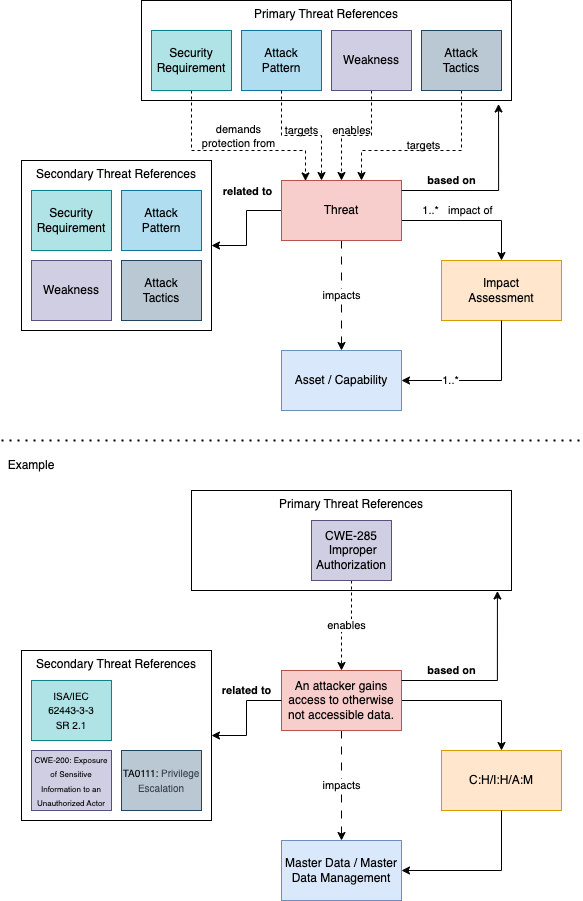
spdx/meetings keeps this draw.io diagram as threats/2025/2025-10-20-Threat-Modelling-Describing-a-Threat.png. Above is the earlier version. Source tidied: cells renumbered, new cells last; positions are measured from the earlier drawing's top-left corner, leaving out a move shared by most shapes.
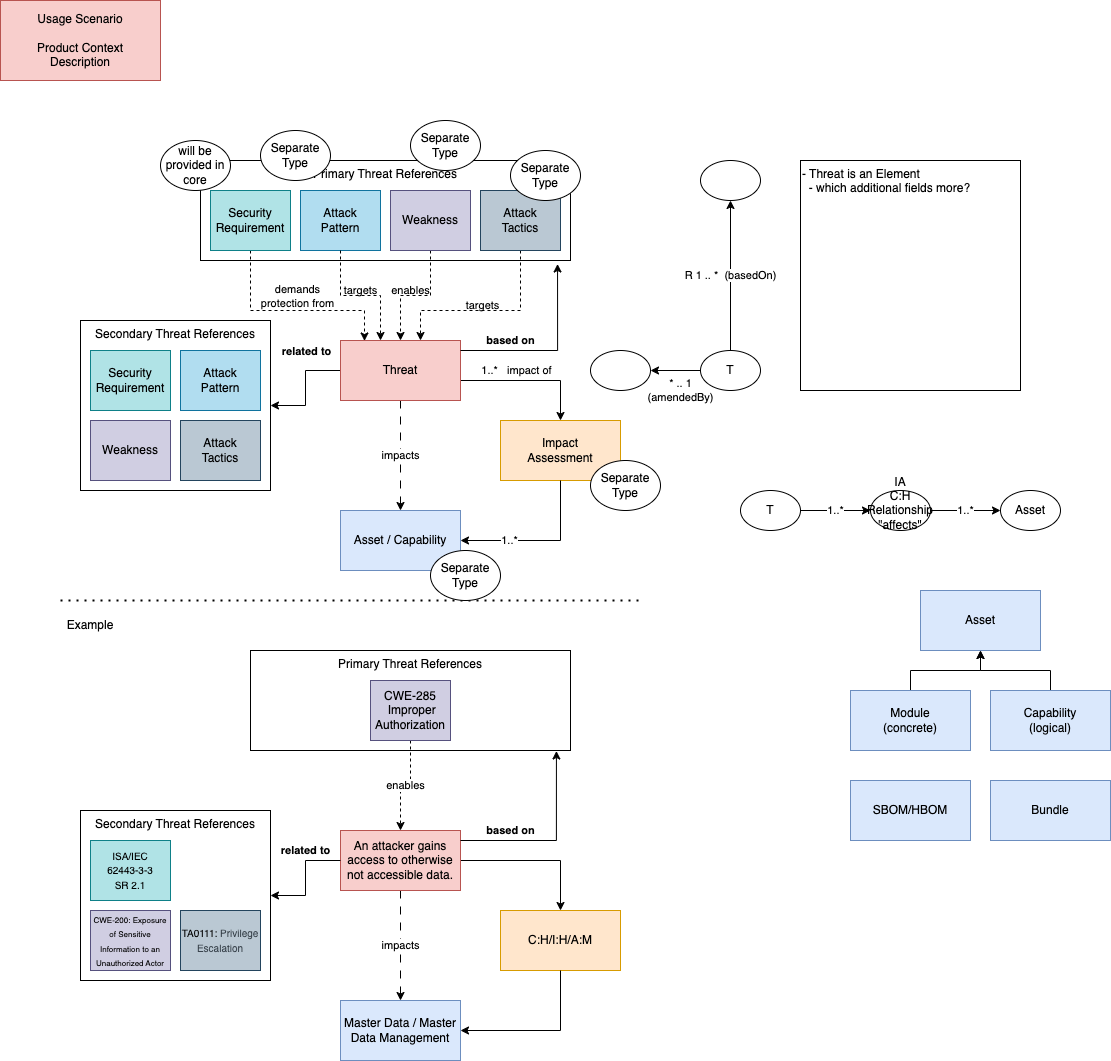
The same diagram one commit later.

What changed in the source:
```diff
@@ -159,5 +159,80 @@
     <mxCell id="41" value="Example" style="text;html=1;strokeColor=none;fillColor=none;align=center;verticalAlign=middle;whiteSpace=wrap;rounded=0;" parent="1" vertex="1">
       <mxGeometry y="450" width="60" height="30" as="geometry" />
     </mxCell>
+    <mxCell id="42" value="- Threat is an Element&lt;br&gt;&amp;nbsp; - which additional fields more?&lt;br&gt;&lt;br&gt;" style="rounded=0;whiteSpace=wrap;html=1;align=left;verticalAlign=top;" parent="1" vertex="1">
+      <mxGeometry x="740" width="220" height="230" as="geometry" />
+    </mxCell>
+    <mxCell id="43" style="ellipse;whiteSpace=wrap;html=1;" parent="1" vertex="1">
+      <mxGeometry x="640" width="60" height="40" as="geometry" />
+    </mxCell>
+    <mxCell id="44" value="will be provided in&lt;br&gt;core" style="ellipse;whiteSpace=wrap;html=1;" parent="1" vertex="1">
+      <mxGeometry x="100" y="-20" width="70" height="50" as="geometry" />
+    </mxCell>
+    <mxCell id="45" value="Separate&lt;br&gt;Type" style="ellipse;whiteSpace=wrap;html=1;" parent="1" vertex="1">
+      <mxGeometry x="200" y="-30" width="70" height="50" as="geometry" />
+    </mxCell>
+    <mxCell id="46" value="Separate&lt;br&gt;Type" style="ellipse;whiteSpace=wrap;html=1;" parent="1" vertex="1">
+      <mxGeometry x="350" y="-40" width="70" height="50" as="geometry" />
+    </mxCell>
+    <mxCell id="47" value="Separate&lt;br&gt;Type" style="ellipse;whiteSpace=wrap;html=1;" parent="1" vertex="1">
+      <mxGeometry x="450" y="-10" width="70" height="50" as="geometry" />
+    </mxCell>
+    <mxCell id="48" value="R 1 .. *&amp;nbsp; (basedOn)" style="edgeStyle=orthogonalEdgeStyle;rounded=0;jettySize=auto;html=1;" parent="1" edge="1" source="50" target="43">
+      <mxGeometry relative="1" as="geometry" />
+    </mxCell>
+    <mxCell id="49" value="* .. 1&lt;br&gt;(amendedBy)" style="edgeStyle=orthogonalEdgeStyle;rounded=0;jettySize=auto;html=1;" parent="1" edge="1" source="50" target="51">
+      <mxGeometry x="-0.2" y="20" relative="1" as="geometry" />
+    </mxCell>
+    <mxCell id="50" value="T" style="ellipse;whiteSpace=wrap;html=1;" parent="1" vertex="1">
+      <mxGeometry x="640" y="190" width="60" height="40" as="geometry" />
+    </mxCell>
+    <mxCell id="51" style="ellipse;whiteSpace=wrap;html=1;" parent="1" vertex="1">
+      <mxGeometry x="530" y="190" width="60" height="40" as="geometry" />
+    </mxCell>
+    <mxCell id="52" value="Separate&lt;br&gt;Type" style="ellipse;whiteSpace=wrap;html=1;" parent="1" vertex="1">
+      <mxGeometry x="530" y="300" width="70" height="50" as="geometry" />
+    </mxCell>
+    <mxCell id="53" value="1..*" style="edgeStyle=orthogonalEdgeStyle;rounded=0;jettySize=auto;html=1;entryX=0;entryY=0.5;entryDx=0;entryDy=0;" parent="1" edge="1" source="54" target="65">
+      <mxGeometry relative="1" as="geometry" />
+    </mxCell>
+    <mxCell id="54" value="T" style="ellipse;whiteSpace=wrap;html=1;" parent="1" vertex="1">
+      <mxGeometry x="680" y="330" width="60" height="40" as="geometry" />
+    </mxCell>
+    <mxCell id="55" value="Asset" style="ellipse;whiteSpace=wrap;html=1;" parent="1" vertex="1">
+      <mxGeometry x="940" y="330" width="60" height="40" as="geometry" />
+    </mxCell>
+    <mxCell id="56" value="Separate&lt;br&gt;Type" style="ellipse;whiteSpace=wrap;html=1;" parent="1" vertex="1">
+      <mxGeometry x="370" y="390" width="70" height="50" as="geometry" />
+    </mxCell>
+    <mxCell id="57" style="edgeStyle=orthogonalEdgeStyle;rounded=0;jettySize=auto;html=1;" parent="1" edge="1" source="58" target="59">
+      <mxGeometry relative="1" as="geometry" />
+    </mxCell>
+    <mxCell id="58" value="Capability&lt;br&gt;(logical)" style="rounded=0;whiteSpace=wrap;html=1;fillColor=#dae8fc;strokeColor=#6c8ebf;" parent="1" vertex="1">
+      <mxGeometry x="930" y="530" width="120" height="60" as="geometry" />
+    </mxCell>
+    <mxCell id="59" value="Asset" style="rounded=0;whiteSpace=wrap;html=1;fillColor=#dae8fc;strokeColor=#6c8ebf;" parent="1" vertex="1">
+      <mxGeometry x="860" y="430" width="120" height="60" as="geometry" />
+    </mxCell>
+    <mxCell id="60" style="edgeStyle=orthogonalEdgeStyle;rounded=0;jettySize=auto;html=1;entryX=0.5;entryY=1;entryDx=0;entryDy=0;" parent="1" edge="1" source="61" target="59">
+      <mxGeometry relative="1" as="geometry" />
+    </mxCell>
+    <mxCell id="61" value="Module&lt;br&gt;(concrete)" style="rounded=0;whiteSpace=wrap;html=1;fillColor=#dae8fc;strokeColor=#6c8ebf;" parent="1" vertex="1">
+      <mxGeometry x="790" y="530" width="120" height="60" as="geometry" />
+    </mxCell>
+    <mxCell id="62" value="Bundle" style="rounded=0;whiteSpace=wrap;html=1;fillColor=#dae8fc;strokeColor=#6c8ebf;" parent="1" vertex="1">
+      <mxGeometry x="930" y="620" width="120" height="60" as="geometry" />
+    </mxCell>
+    <mxCell id="63" value="SBOM/HBOM" style="rounded=0;whiteSpace=wrap;html=1;fillColor=#dae8fc;strokeColor=#6c8ebf;" parent="1" vertex="1">
+      <mxGeometry x="790" y="620" width="120" height="60" as="geometry" />
+    </mxCell>
+    <mxCell id="64" value="1..*" style="edgeStyle=orthogonalEdgeStyle;rounded=0;jettySize=auto;html=1;entryX=0;entryY=0.5;entryDx=0;entryDy=0;" parent="1" edge="1" source="65" target="55">
+      <mxGeometry relative="1" as="geometry" />
+    </mxCell>
+    <mxCell id="65" value="IA&lt;br&gt;C:H&lt;br&gt;Relationship&lt;br&gt;&quot;affects&quot;&lt;br&gt;&lt;br&gt;" style="ellipse;whiteSpace=wrap;html=1;" parent="1" vertex="1">
+      <mxGeometry x="810" y="330" width="60" height="40" as="geometry" />
+    </mxCell>
+    <mxCell id="66" value="Usage Scenario&lt;br&gt;&lt;br&gt;Product Context&lt;br&gt;Description" style="rounded=0;whiteSpace=wrap;html=1;fillColor=#f8cecc;strokeColor=#b85450;" parent="1" vertex="1">
+      <mxGeometry x="-60" y="-160" width="160" height="80" as="geometry" />
+    </mxCell>
   </root>
 </mxGraphModel>
```
